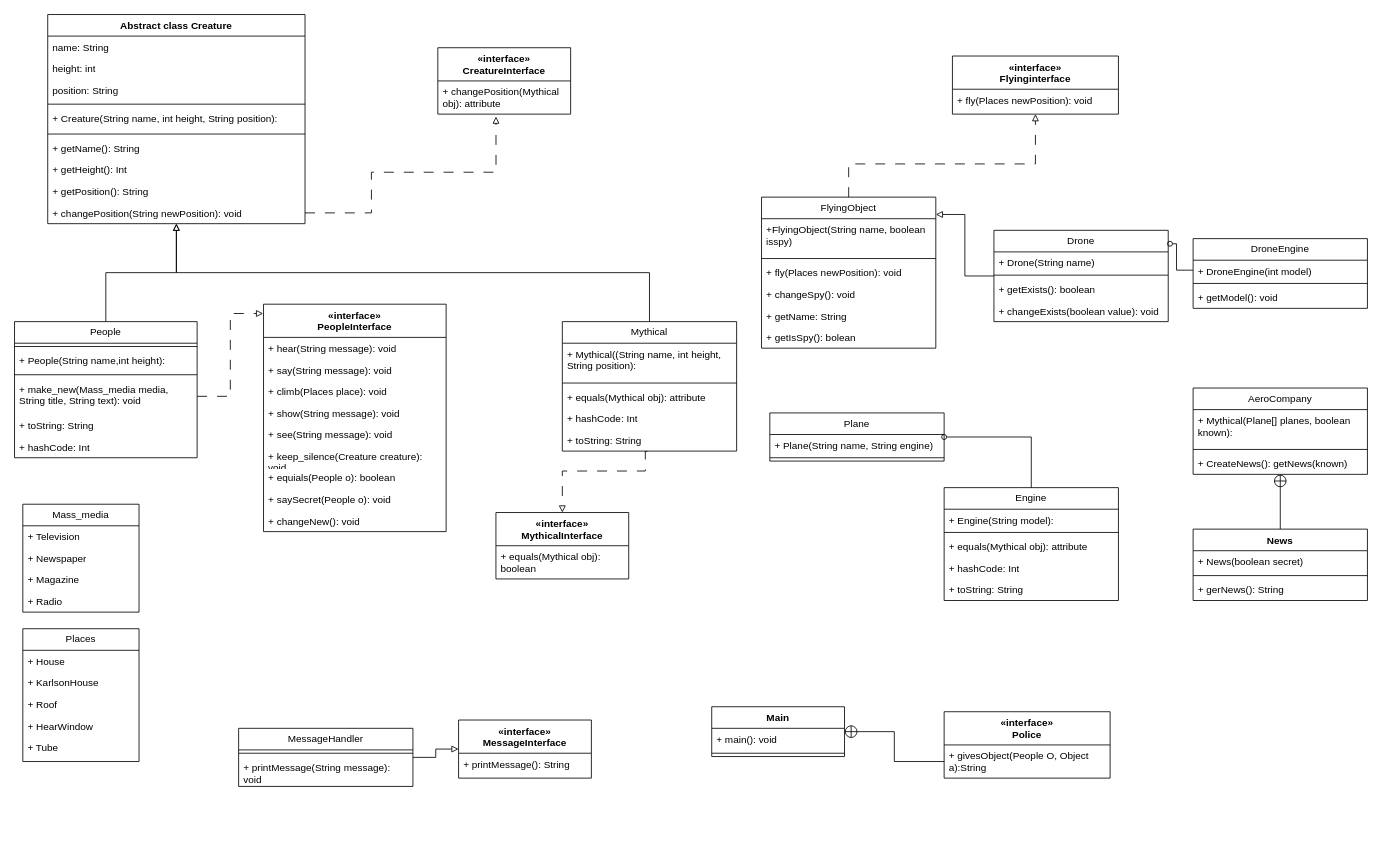
The draw.io diagram Диаграмма без названия.drawio in hipeoplea/lab_3, before the edit. Source tidied: cells renumbered, new cells numbered last; positions are measured from the earlier drawing's top-left corner, leaving out a move shared by most shapes. Both pictures are drawn from the tidied source at 83%, with x=0, y=0 at pixel (14, 14).
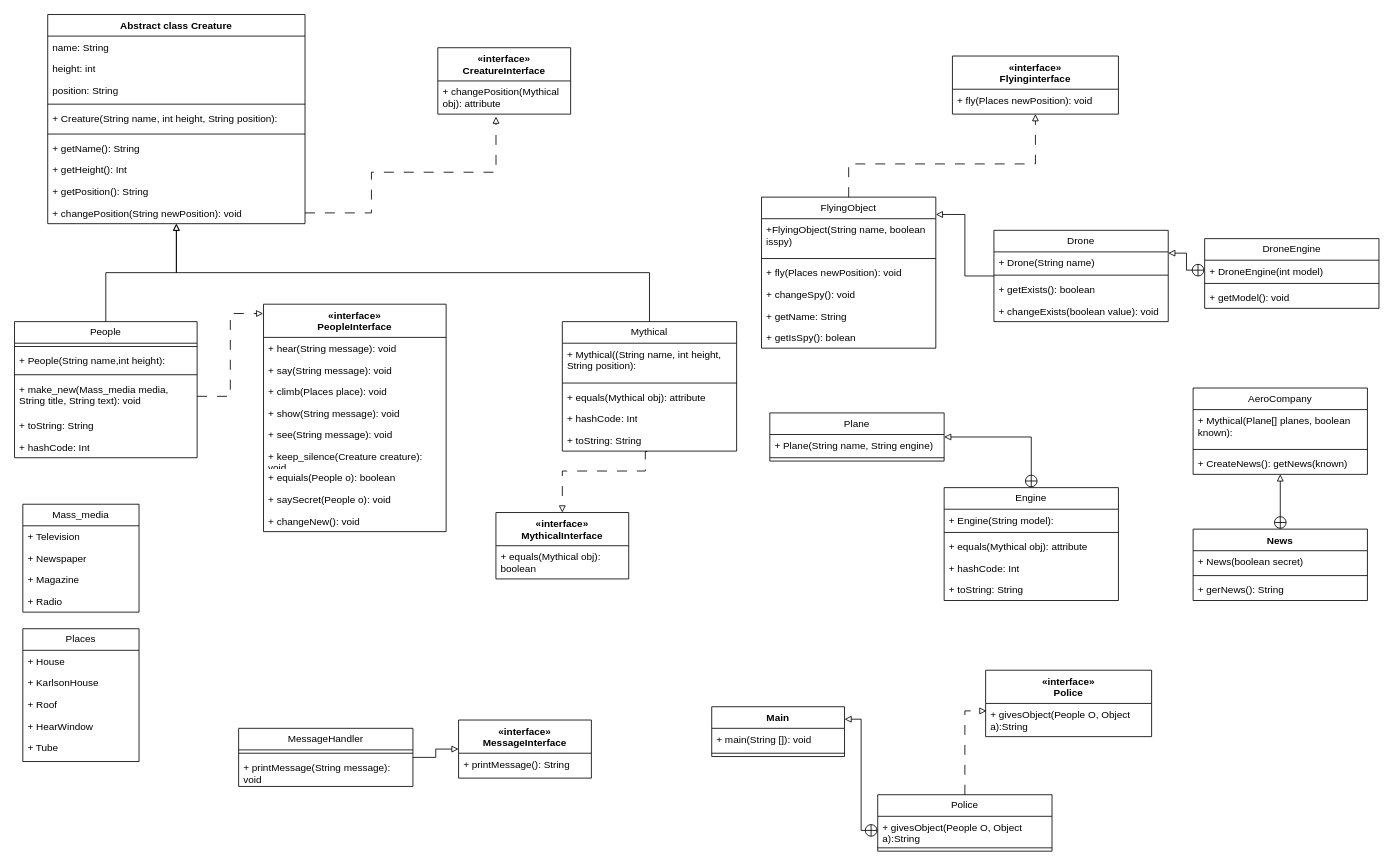
After the change.

Unchanged cells that the change refers to:
```xml
<mxCell id="57" value="+ givesObject(People O, Object a):String" style="text;strokeColor=none;fillColor=none;align=left;verticalAlign=top;spacingLeft=4;spacingRight=4;overflow=hidden;points=[[0,0.5],[1,0.5]];portConstraint=eastwest;whiteSpace=wrap;html=1;" parent="56" vertex="1">
  <mxGeometry y="40" width="200" height="40" as="geometry" />
</mxCell>
<mxCell id="61" value="+ CreateNews():&amp;nbsp;getNews(known)" style="text;strokeColor=none;fillColor=none;align=left;verticalAlign=top;spacingLeft=4;spacingRight=4;overflow=hidden;points=[[0,0.5],[1,0.5]];portConstraint=eastwest;whiteSpace=wrap;html=1;" parent="58" vertex="1">
  <mxGeometry y="78" width="210" height="26" as="geometry" />
</mxCell>
<mxCell id="63" value="News" style="swimlane;fontStyle=1;align=center;verticalAlign=top;horizontal=1;startSize=26;whiteSpace=wrap;html=1;" parent="1" vertex="1">
  <mxGeometry x="1420" y="620" width="210" height="86" as="geometry" />
</mxCell>
<mxCell id="67" value="Drone" style="swimlane;fontStyle=0;horizontal=1;startSize=26;fillColor=none;whiteSpace=wrap;html=1;" parent="1" vertex="1">
  <mxGeometry x="1180" y="260" width="210" height="110" as="geometry" />
</mxCell>
<mxCell id="73" value="+ DroneEngine(int model)" style="text;strokeColor=none;fillColor=none;align=left;verticalAlign=top;spacingLeft=4;spacingRight=4;overflow=hidden;points=[[0,0.5],[1,0.5]];portConstraint=eastwest;whiteSpace=wrap;html=1;" parent="72" vertex="1">
  <mxGeometry y="26" width="210" height="24" as="geometry" />
</mxCell>
<mxCell id="94" value="Plane" style="swimlane;fontStyle=0;horizontal=1;startSize=26;fillColor=none;whiteSpace=wrap;html=1;" parent="1" vertex="1">
  <mxGeometry x="910" y="480" width="210" height="58" as="geometry" />
</mxCell>
<mxCell id="98" value="Engine" style="swimlane;fontStyle=0;horizontal=1;startSize=26;fillColor=none;whiteSpace=wrap;html=1;" parent="1" vertex="1">
  <mxGeometry x="1120" y="570" width="210" height="136" as="geometry" />
</mxCell>
<mxCell id="104" value="Main" style="swimlane;fontStyle=1;align=center;verticalAlign=top;horizontal=1;startSize=26;whiteSpace=wrap;html=1;" parent="1" vertex="1">
  <mxGeometry x="840" y="834" width="160" height="60" as="geometry" />
</mxCell>
```

The edit, as a diff of the source:
```diff
@@
     <mxCell id="56" value="&lt;div&gt;«interface»&lt;/div&gt;Police" style="swimlane;fontStyle=1;align=center;verticalAlign=top;horizontal=1;startSize=40;whiteSpace=wrap;html=1;" parent="1" vertex="1">
-      <mxGeometry x="1120" y="840" width="200" height="80" as="geometry" />
+      <mxGeometry x="1170" y="790" width="200" height="80" as="geometry" />
     </mxCell>
@@
-    <mxCell id="62" style="rounded=0;jettySize=auto;html=1;endArrow=circlePlus;endFill=0;exitX=0.5;exitY=0;exitDx=0;exitDy=0;" parent="1" edge="1" source="63" target="61">
+    <mxCell id="62" style="rounded=0;jettySize=auto;html=1;endArrow=block;endFill=0;exitX=0.5;exitY=0;exitDx=0;exitDy=0;startArrow=circlePlus;startFill=0;" parent="1" edge="1" source="63" target="61">
       <mxGeometry relative="1" as="geometry" />
     </mxCell>
@@
     <mxCell id="72" value="DroneEngine" style="swimlane;fontStyle=0;horizontal=1;startSize=26;fillColor=none;whiteSpace=wrap;html=1;" parent="1" vertex="1">
-      <mxGeometry x="1420" y="270" width="210" height="84" as="geometry" />
+      <mxGeometry x="1433.9" y="270" width="210" height="84" as="geometry" />
     </mxCell>
@@
-    <mxCell id="76" style="edgeStyle=orthogonalEdgeStyle;rounded=0;jettySize=auto;html=1;entryX=1.01;entryY=0.147;entryDx=0;entryDy=0;entryPerimeter=0;endArrow=oval;endFill=0;" parent="1" edge="1" source="73" target="67">
+    <mxCell id="76" style="edgeStyle=orthogonalEdgeStyle;rounded=0;jettySize=auto;html=1;entryX=1;entryY=0.25;entryDx=0;entryDy=0;endArrow=block;endFill=0;startArrow=circlePlus;startFill=0;" parent="1" edge="1" source="73" target="67">
       <mxGeometry relative="1" as="geometry" />
     </mxCell>
@@
-    <mxCell id="97" style="edgeStyle=orthogonalEdgeStyle;rounded=0;jettySize=auto;html=1;entryX=1;entryY=0.5;entryDx=0;entryDy=0;endArrow=oval;endFill=0;" parent="1" edge="1" source="98" target="94">
+    <mxCell id="97" style="edgeStyle=orthogonalEdgeStyle;rounded=0;jettySize=auto;html=1;entryX=1;entryY=0.5;entryDx=0;entryDy=0;endArrow=block;endFill=0;startArrow=circlePlus;startFill=0;" parent="1" edge="1" source="98" target="94">
       <mxGeometry relative="1" as="geometry" />
     </mxCell>
@@
-    <mxCell id="105" value="+ main(): void" style="text;strokeColor=none;fillColor=none;align=left;verticalAlign=top;spacingLeft=4;spacingRight=4;overflow=hidden;whiteSpace=wrap;html=1;" parent="104" vertex="1">
+    <mxCell id="105" value="+ main(String []): void" style="text;strokeColor=none;fillColor=none;align=left;verticalAlign=top;spacingLeft=4;spacingRight=4;overflow=hidden;whiteSpace=wrap;html=1;" parent="104" vertex="1">
       <mxGeometry y="26" width="160" height="26" as="geometry" />
     </mxCell>
@@
-    <mxCell id="107" style="edgeStyle=orthogonalEdgeStyle;rounded=0;jettySize=auto;html=1;entryX=1;entryY=0.5;entryDx=0;entryDy=0;endArrow=circlePlus;endFill=0;" parent="1" edge="1" source="57" target="104">
-      <mxGeometry relative="1" as="geometry" />
-    </mxCell>
+    <mxCell id="108" value="Police" style="swimlane;fontStyle=0;horizontal=1;startSize=26;fillColor=none;whiteSpace=wrap;html=1;" parent="1" vertex="1">
+      <mxGeometry x="1040" y="940" width="210" height="68" as="geometry" />
+    </mxCell>
+    <mxCell id="109" value="+ givesObject(People O, Object a):String" style="text;strokeColor=none;fillColor=none;align=left;verticalAlign=top;spacingLeft=4;spacingRight=4;overflow=hidden;points=[[0,0.5],[1,0.5]];portConstraint=eastwest;whiteSpace=wrap;html=1;" parent="108" vertex="1">
+      <mxGeometry y="26" width="210" height="34" as="geometry" />
+    </mxCell>
+    <mxCell id="110" style="line;strokeWidth=1;fillColor=none;align=left;verticalAlign=middle;spacingTop=-1;spacingLeft=3;spacingRight=3;labelPosition=right;strokeColor=inherit;" parent="108" vertex="1">
+      <mxGeometry y="60" width="210" height="8" as="geometry" />
+    </mxCell>
+    <mxCell id="111" style="edgeStyle=orthogonalEdgeStyle;rounded=0;jettySize=auto;html=1;entryX=0.005;entryY=0.225;entryDx=0;entryDy=0;entryPerimeter=0;dashed=1;dashPattern=12 12;startArrow=none;startFill=0;endArrow=block;endFill=0;" parent="1" edge="1" source="108" target="57">
+      <mxGeometry relative="1" as="geometry" />
+    </mxCell>
+    <mxCell id="112" style="edgeStyle=orthogonalEdgeStyle;rounded=0;jettySize=auto;html=1;entryX=1;entryY=0.25;entryDx=0;entryDy=0;startArrow=circlePlus;startFill=0;endArrow=block;endFill=0;" parent="1" edge="1" source="109" target="104">
+      <mxGeometry relative="1" as="geometry" />
+    </mxCell>
```
